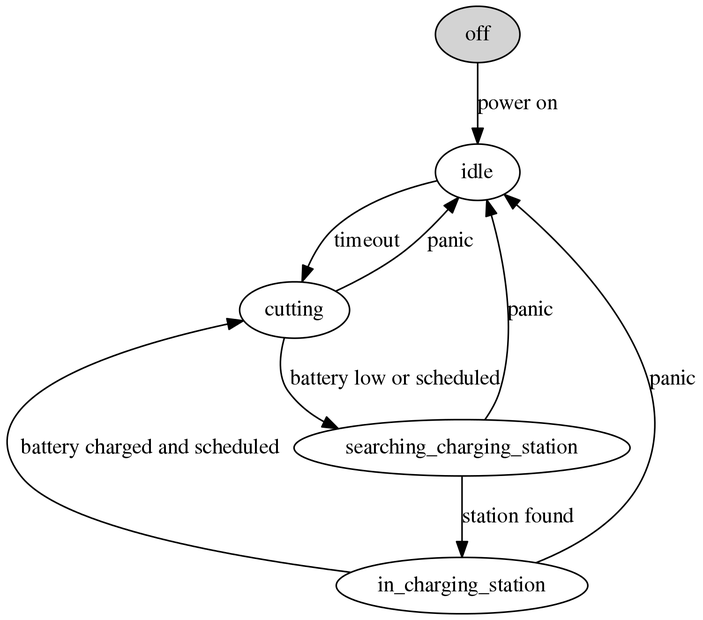
Above: doc/robot_state_machine.png in eerimoq/romeo (Graphviz), before the change. Its source is kept beside it as doc/robot_state_machine.dot. Source of this version:
```dot
digraph robot_state_diagram {
  off [style=filled];
  off -> idle [label="power on"];
  idle -> cutting [label="timeout"];
  cutting -> idle [label="panic"];
  cutting -> searching_charging_station [label="battery low or scheduled"];
  searching_charging_station -> in_charging_station [label="station found"];
  searching_charging_station -> idle [label="panic"];
  in_charging_station -> cutting [label="battery charged and scheduled"];
  in_charging_station -> idle [label="panic"];
}
```
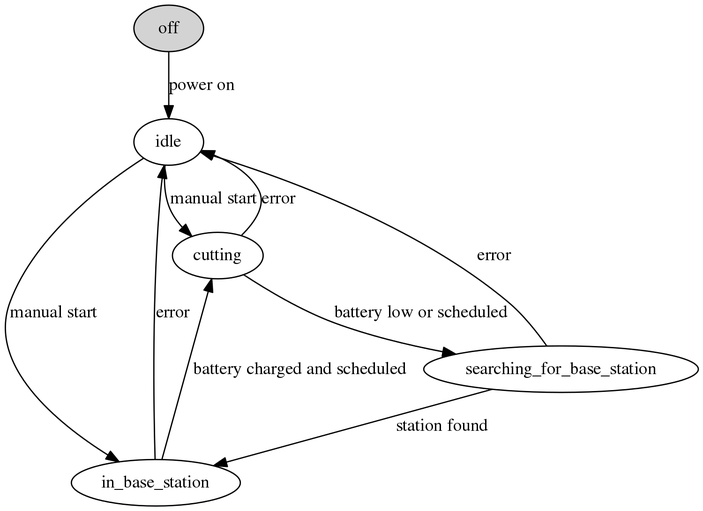
Later version of the same file.

Commit message:
new states in robot state machine

What changed in the source:
```diff
@@ -1,11 +1,12 @@
 digraph robot_state_diagram {
   off [style=filled];
   off -> idle [label="power on"];
-  idle -> cutting [label="timeout"];
-  cutting -> idle [label="panic"];
-  cutting -> searching_charging_station [label="battery low or scheduled"];
-  searching_charging_station -> in_charging_station [label="station found"];
-  searching_charging_station -> idle [label="panic"];
-  in_charging_station -> cutting [label="battery charged and scheduled"];
-  in_charging_station -> idle [label="panic"];
+  idle -> cutting [label="manual start"];
+  idle -> in_base_station [label="manual start"];
+  cutting -> idle [label="error"];
+  cutting -> searching_for_base_station [label="battery low or scheduled"];
+  searching_for_base_station -> in_base_station [label="station found"];
+  searching_for_base_station -> idle [label="error"];
+  in_base_station -> cutting [label="battery charged and scheduled"];
+  in_base_station -> idle [label="error"];
 }
```
